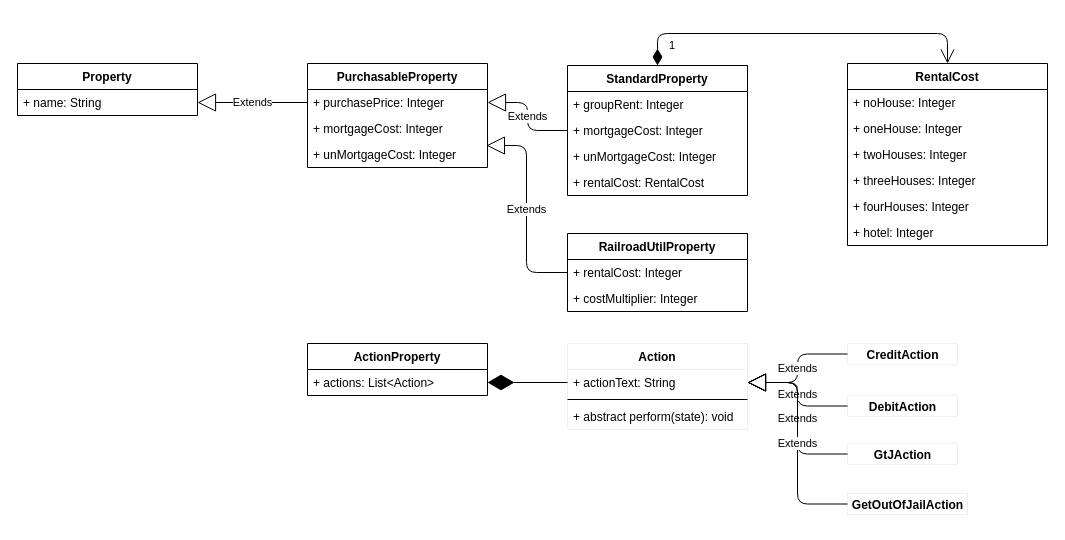
teamfam2014/monopoly keeps this draw.io diagram as monopoly/diagrams/class.drawio. Above is the earlier version. Source tidied: cells renumbered, new cells numbered last; positions are measured from the earlier drawing's top-left corner, leaving out a move shared by most shapes. Both pictures are drawn from the tidied source at 100%, with x=0, y=0 at pixel (17, 33).
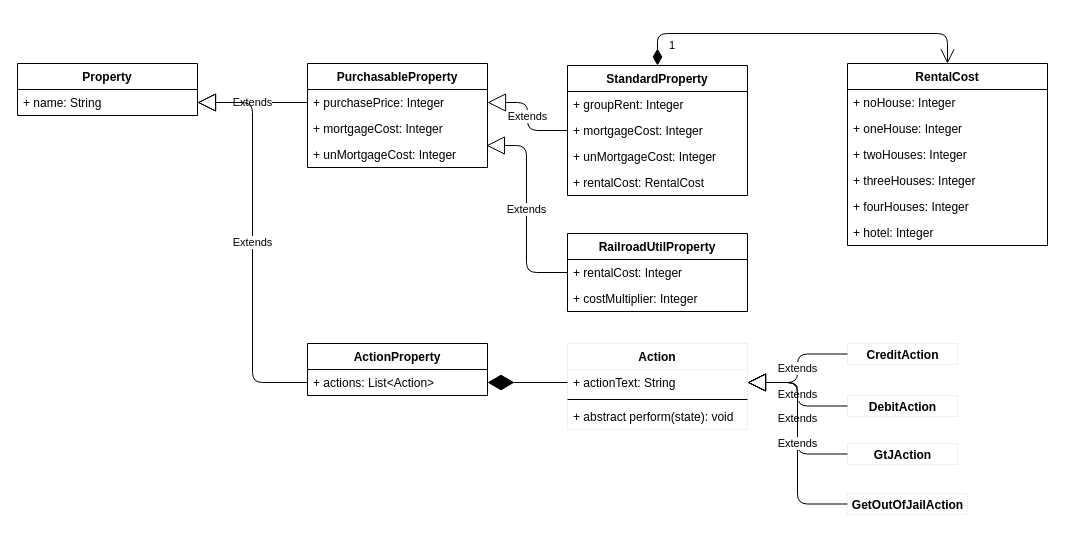
After the change.

Commit message:
adjusted class diagram

The change refers to these unchanged cells:
```xml
<mxCell id="22" value="+ name: String" style="text;strokeColor=none;fillColor=none;align=left;verticalAlign=top;spacingLeft=4;spacingRight=4;overflow=hidden;points=[[0,0.5],[1,0.5]];portConstraint=eastwest;" parent="21" vertex="1">
  <mxGeometry y="26" width="180" height="26" as="geometry" />
</mxCell>
<mxCell id="24" value="+ actions: List&lt;Action&gt;" style="text;strokeColor=none;fillColor=none;align=left;verticalAlign=top;spacingLeft=4;spacingRight=4;overflow=hidden;points=[[0,0.5],[1,0.5]];portConstraint=eastwest;" parent="23" vertex="1">
  <mxGeometry y="26" width="180" height="26" as="geometry" />
</mxCell>
```

Diff of the diagram source:
```diff
@@
+    <mxCell id="42" value="Extends" style="endArrow=block;endSize=16;endFill=0;html=1;entryX=1;entryY=0.5;entryDx=0;entryDy=0;exitX=0;exitY=0.5;exitDx=0;exitDy=0;edgeStyle=elbowEdgeStyle;" parent="1" edge="1" source="24" target="22">
+      <mxGeometry relative="1" as="geometry" />
+    </mxCell>
```
